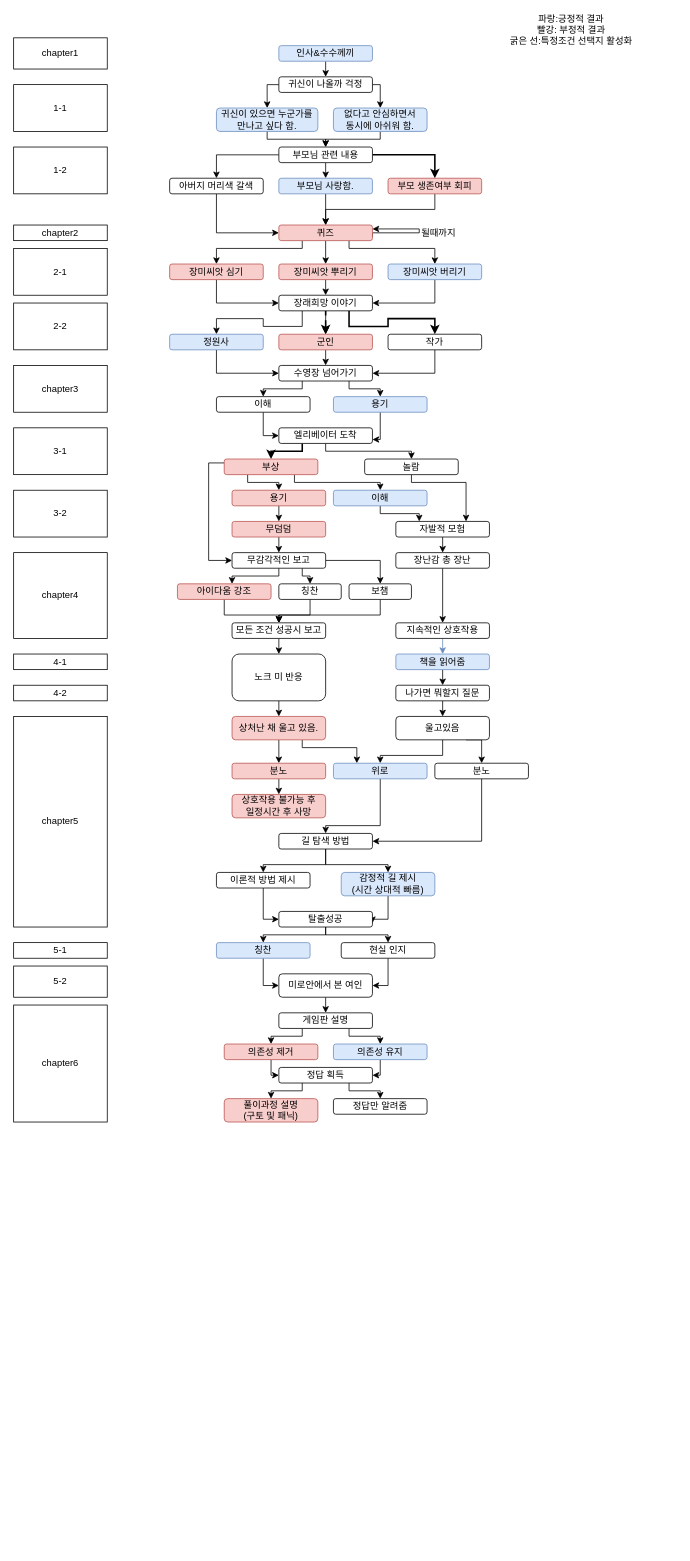
Before: interaction.drawio in KimSeal/gamemaker, a draw.io diagram. Source tidied: cells renumbered, new cells numbered last; positions are measured from the earlier drawing's top-left corner, leaving out a move shared by most shapes. Both pictures are drawn from the tidied source at 78%, with x=0, y=0 at pixel (13, 22).
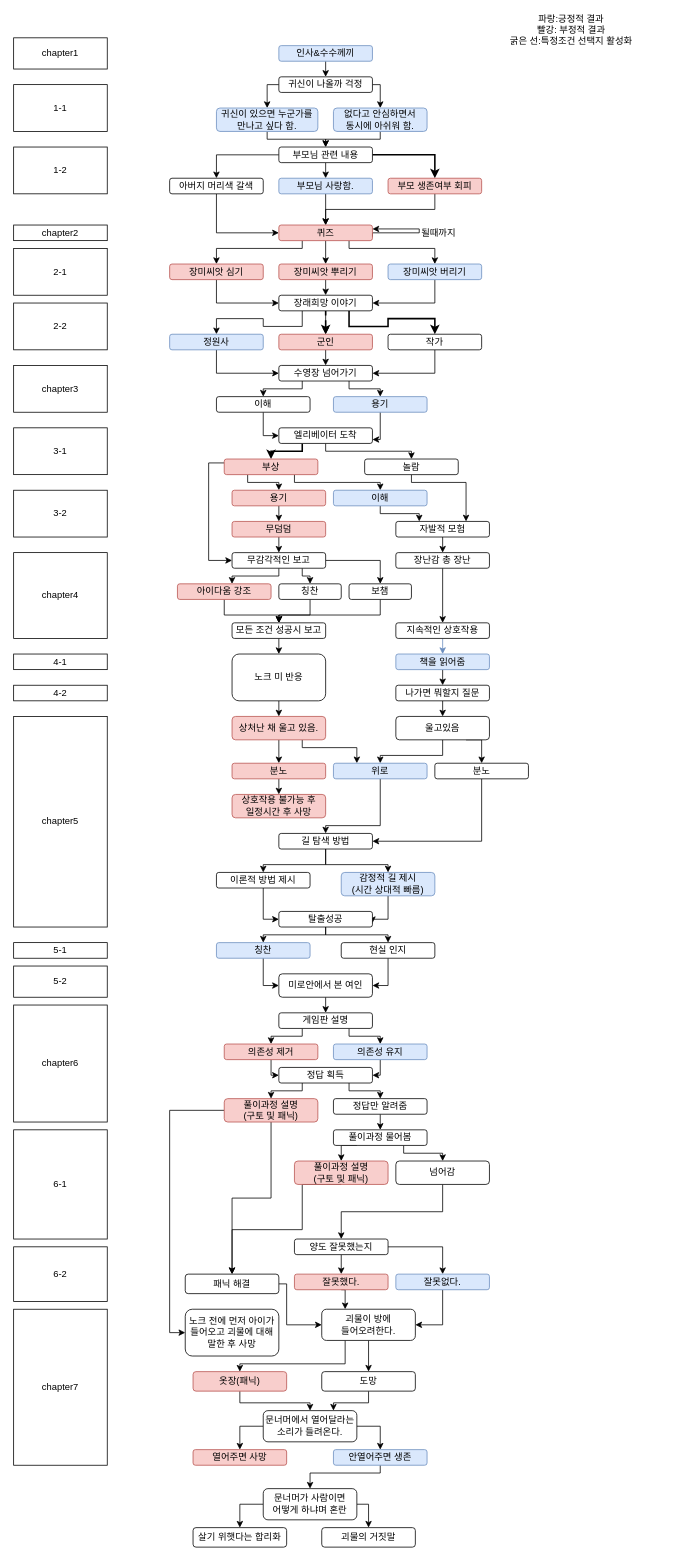
Above is the later version.

The change refers to these unchanged cells:
```xml
<mxCell id="145" value="풀이과정 설명&lt;br&gt;(구토 및 패닉)" style="rounded=1;whiteSpace=wrap;html=1;fillColor=#f8cecc;strokeColor=#b85450;" parent="1" vertex="1">
  <mxGeometry x="270" y="1380" width="120" height="30" as="geometry" />
</mxCell>
<mxCell id="146" value="정답만 알려줌" style="rounded=1;whiteSpace=wrap;html=1;" parent="1" vertex="1">
  <mxGeometry x="410" y="1380" width="120" height="20" as="geometry" />
</mxCell>
```

The edit, as a diff of the source:
```diff
@@
+    <mxCell id="148" style="edgeStyle=orthogonalEdgeStyle;rounded=0;jettySize=auto;html=1;exitX=0.5;exitY=1;exitDx=0;exitDy=0;entryX=0.5;entryY=0;entryDx=0;entryDy=0;strokeWidth=1;" parent="1" edge="1" source="145" target="152">
+      <mxGeometry relative="1" as="geometry" />
+    </mxCell>
+    <mxCell id="149" style="edgeStyle=orthogonalEdgeStyle;rounded=0;jettySize=auto;html=1;exitX=0;exitY=0.5;exitDx=0;exitDy=0;entryX=0;entryY=0.5;entryDx=0;entryDy=0;strokeWidth=1;" parent="1" edge="1" source="145" target="169">
+      <mxGeometry relative="1" as="geometry" />
+    </mxCell>
@@
+    <mxCell id="150" style="edgeStyle=orthogonalEdgeStyle;rounded=0;jettySize=auto;html=1;exitX=0.5;exitY=1;exitDx=0;exitDy=0;entryX=0.5;entryY=0;entryDx=0;entryDy=0;strokeWidth=1;" parent="1" edge="1" source="146" target="155">
+      <mxGeometry relative="1" as="geometry" />
+    </mxCell>
@@
+    <mxCell id="151" style="edgeStyle=orthogonalEdgeStyle;rounded=0;jettySize=auto;html=1;exitX=1;exitY=0.5;exitDx=0;exitDy=0;entryX=0;entryY=0.5;entryDx=0;entryDy=0;strokeWidth=1;" parent="1" edge="1" source="152" target="172">
+      <mxGeometry relative="1" as="geometry">
+        <Array as="points">
+          <mxPoint x="350" y="1618" />
+          <mxPoint x="350" y="1670" />
+        </Array>
+      </mxGeometry>
+    </mxCell>
+    <mxCell id="152" value="패닉 해결" style="rounded=1;whiteSpace=wrap;html=1;" parent="1" vertex="1">
+      <mxGeometry x="220" y="1605" width="120" height="25" as="geometry" />
+    </mxCell>
+    <mxCell id="153" style="edgeStyle=orthogonalEdgeStyle;rounded=0;jettySize=auto;html=1;exitX=0.25;exitY=1;exitDx=0;exitDy=0;entryX=0.5;entryY=0;entryDx=0;entryDy=0;strokeWidth=1;" parent="1" edge="1" source="155" target="157">
+      <mxGeometry relative="1" as="geometry" />
+    </mxCell>
+    <mxCell id="154" style="edgeStyle=orthogonalEdgeStyle;rounded=0;jettySize=auto;html=1;exitX=0.75;exitY=1;exitDx=0;exitDy=0;entryX=0.5;entryY=0;entryDx=0;entryDy=0;strokeWidth=1;" parent="1" edge="1" source="155" target="159">
+      <mxGeometry relative="1" as="geometry">
+        <Array as="points">
+          <mxPoint x="500" y="1450" />
+          <mxPoint x="550" y="1450" />
+        </Array>
+      </mxGeometry>
+    </mxCell>
+    <mxCell id="155" value="풀이과정 물어봄" style="rounded=1;whiteSpace=wrap;html=1;" parent="1" vertex="1">
+      <mxGeometry x="410" y="1420" width="120" height="20" as="geometry" />
+    </mxCell>
+    <mxCell id="156" style="edgeStyle=orthogonalEdgeStyle;rounded=0;jettySize=auto;html=1;exitX=0.5;exitY=1;exitDx=0;exitDy=0;entryX=0.5;entryY=0;entryDx=0;entryDy=0;strokeWidth=1;" parent="1" edge="1" source="157" target="152">
+      <mxGeometry relative="1" as="geometry">
+        <Array as="points">
+          <mxPoint x="370" y="1490" />
+          <mxPoint x="370" y="1548" />
+          <mxPoint x="280" y="1548" />
+        </Array>
+      </mxGeometry>
+    </mxCell>
+    <mxCell id="157" value="풀이과정 설명&lt;br&gt;(구토 및 패닉)" style="rounded=1;whiteSpace=wrap;html=1;fillColor=#f8cecc;strokeColor=#b85450;" parent="1" vertex="1">
+      <mxGeometry x="360" y="1460" width="120" height="30" as="geometry" />
+    </mxCell>
+    <mxCell id="158" style="edgeStyle=orthogonalEdgeStyle;rounded=0;jettySize=auto;html=1;exitX=0.5;exitY=1;exitDx=0;exitDy=0;entryX=0.5;entryY=0;entryDx=0;entryDy=0;strokeWidth=1;" parent="1" edge="1" source="159" target="164">
+      <mxGeometry relative="1" as="geometry" />
+    </mxCell>
+    <mxCell id="159" value="넘어감" style="rounded=1;whiteSpace=wrap;html=1;" parent="1" vertex="1">
+      <mxGeometry x="490" y="1460" width="120" height="30" as="geometry" />
+    </mxCell>
+    <mxCell id="160" value="6-1" style="rounded=0;whiteSpace=wrap;html=1;" parent="1" vertex="1">
+      <mxGeometry y="1420" width="120" height="140" as="geometry" />
+    </mxCell>
+    <mxCell id="161" value="6-2" style="rounded=0;whiteSpace=wrap;html=1;" parent="1" vertex="1">
+      <mxGeometry y="1570" width="120" height="70" as="geometry" />
+    </mxCell>
+    <mxCell id="162" style="edgeStyle=orthogonalEdgeStyle;rounded=0;jettySize=auto;html=1;exitX=0.5;exitY=1;exitDx=0;exitDy=0;entryX=0.5;entryY=0;entryDx=0;entryDy=0;strokeWidth=1;" parent="1" edge="1" source="164" target="166">
+      <mxGeometry relative="1" as="geometry" />
+    </mxCell>
+    <mxCell id="163" style="edgeStyle=orthogonalEdgeStyle;rounded=0;jettySize=auto;html=1;exitX=1;exitY=0.5;exitDx=0;exitDy=0;entryX=0.5;entryY=0;entryDx=0;entryDy=0;strokeWidth=1;" parent="1" edge="1" source="164" target="168">
+      <mxGeometry relative="1" as="geometry" />
+    </mxCell>
+    <mxCell id="164" value="양도 잘못했는지" style="rounded=1;whiteSpace=wrap;html=1;" parent="1" vertex="1">
+      <mxGeometry x="360" y="1560" width="120" height="20" as="geometry" />
+    </mxCell>
+    <mxCell id="165" style="edgeStyle=orthogonalEdgeStyle;rounded=0;jettySize=auto;html=1;exitX=0.5;exitY=1;exitDx=0;exitDy=0;entryX=0.25;entryY=0;entryDx=0;entryDy=0;strokeWidth=1;" parent="1" edge="1" source="166" target="172">
+      <mxGeometry relative="1" as="geometry" />
+    </mxCell>
+    <mxCell id="166" value="잘못했다." style="rounded=1;whiteSpace=wrap;html=1;fillColor=#f8cecc;strokeColor=#b85450;" parent="1" vertex="1">
+      <mxGeometry x="360" y="1605" width="120" height="20" as="geometry" />
+    </mxCell>
+    <mxCell id="167" style="edgeStyle=orthogonalEdgeStyle;rounded=0;jettySize=auto;html=1;exitX=0.5;exitY=1;exitDx=0;exitDy=0;entryX=1;entryY=0.5;entryDx=0;entryDy=0;strokeWidth=1;" parent="1" edge="1" source="168" target="172">
+      <mxGeometry relative="1" as="geometry" />
+    </mxCell>
+    <mxCell id="168" value="잘못없다." style="rounded=1;whiteSpace=wrap;html=1;fillColor=#dae8fc;strokeColor=#6c8ebf;" parent="1" vertex="1">
+      <mxGeometry x="490" y="1605" width="120" height="20" as="geometry" />
+    </mxCell>
+    <mxCell id="169" value="노크 전에 먼저 아이가 들어오고 괴물에 대해 말한 후 사망" style="rounded=1;whiteSpace=wrap;html=1;" parent="1" vertex="1">
+      <mxGeometry x="220" y="1650" width="120" height="60" as="geometry" />
+    </mxCell>
+    <mxCell id="170" style="edgeStyle=orthogonalEdgeStyle;rounded=0;jettySize=auto;html=1;exitX=0.25;exitY=1;exitDx=0;exitDy=0;entryX=0.5;entryY=0;entryDx=0;entryDy=0;strokeWidth=1;" parent="1" edge="1" source="172" target="174">
+      <mxGeometry relative="1" as="geometry">
+        <Array as="points">
+          <mxPoint x="425" y="1720" />
+          <mxPoint x="290" y="1720" />
+        </Array>
+      </mxGeometry>
+    </mxCell>
+    <mxCell id="171" style="edgeStyle=orthogonalEdgeStyle;rounded=0;jettySize=auto;html=1;exitX=0.5;exitY=1;exitDx=0;exitDy=0;entryX=0.5;entryY=0;entryDx=0;entryDy=0;strokeWidth=1;" parent="1" edge="1" source="172" target="176">
+      <mxGeometry relative="1" as="geometry" />
+    </mxCell>
+    <mxCell id="172" value="괴물이 방에 &lt;br&gt;들어오려한다." style="rounded=1;whiteSpace=wrap;html=1;" parent="1" vertex="1">
+      <mxGeometry x="395" y="1650" width="120" height="40" as="geometry" />
+    </mxCell>
+    <mxCell id="173" style="edgeStyle=orthogonalEdgeStyle;rounded=0;jettySize=auto;html=1;exitX=0.5;exitY=1;exitDx=0;exitDy=0;entryX=0.5;entryY=0;entryDx=0;entryDy=0;strokeWidth=1;" parent="1" edge="1" source="174" target="179">
+      <mxGeometry relative="1" as="geometry">
+        <Array as="points">
+          <mxPoint x="290" y="1770" />
+          <mxPoint x="380" y="1770" />
+        </Array>
+      </mxGeometry>
+    </mxCell>
+    <mxCell id="174" value="옷장(패닉)" style="rounded=1;whiteSpace=wrap;html=1;fillColor=#f8cecc;strokeColor=#b85450;" parent="1" vertex="1">
+      <mxGeometry x="230" y="1730" width="120" height="25" as="geometry" />
+    </mxCell>
+    <mxCell id="175" style="edgeStyle=orthogonalEdgeStyle;rounded=0;jettySize=auto;html=1;exitX=0.5;exitY=1;exitDx=0;exitDy=0;entryX=0.75;entryY=0;entryDx=0;entryDy=0;strokeWidth=1;" parent="1" edge="1" source="176" target="179">
+      <mxGeometry relative="1" as="geometry">
+        <Array as="points">
+          <mxPoint x="455" y="1770" />
+          <mxPoint x="410" y="1770" />
+        </Array>
+      </mxGeometry>
+    </mxCell>
+    <mxCell id="176" value="도망" style="rounded=1;whiteSpace=wrap;html=1;" parent="1" vertex="1">
+      <mxGeometry x="395" y="1730" width="120" height="25" as="geometry" />
+    </mxCell>
+    <mxCell id="177" style="edgeStyle=orthogonalEdgeStyle;rounded=0;jettySize=auto;html=1;exitX=0;exitY=0.5;exitDx=0;exitDy=0;entryX=0.5;entryY=0;entryDx=0;entryDy=0;strokeWidth=1;" parent="1" edge="1" source="179" target="180">
+      <mxGeometry relative="1" as="geometry" />
+    </mxCell>
+    <mxCell id="178" style="edgeStyle=orthogonalEdgeStyle;rounded=0;jettySize=auto;html=1;exitX=1;exitY=0.5;exitDx=0;exitDy=0;strokeWidth=1;" parent="1" edge="1" source="179" target="182">
+      <mxGeometry relative="1" as="geometry" />
+    </mxCell>
+    <mxCell id="179" value="문너머에서 열어달라는&lt;br&gt;소리가 들려온다." style="rounded=1;whiteSpace=wrap;html=1;" parent="1" vertex="1">
+      <mxGeometry x="320" y="1780" width="120" height="40" as="geometry" />
+    </mxCell>
+    <mxCell id="180" value="열어주면 사망" style="rounded=1;whiteSpace=wrap;html=1;fillColor=#f8cecc;strokeColor=#b85450;" parent="1" vertex="1">
+      <mxGeometry x="230" y="1830" width="120" height="20" as="geometry" />
+    </mxCell>
+    <mxCell id="181" style="edgeStyle=orthogonalEdgeStyle;rounded=0;jettySize=auto;html=1;exitX=0.5;exitY=1;exitDx=0;exitDy=0;strokeWidth=1;" parent="1" edge="1" source="182" target="186">
+      <mxGeometry relative="1" as="geometry">
+        <Array as="points">
+          <mxPoint x="470" y="1860" />
+          <mxPoint x="380" y="1860" />
+        </Array>
+      </mxGeometry>
+    </mxCell>
+    <mxCell id="182" value="안열어주면 생존" style="rounded=1;whiteSpace=wrap;html=1;fillColor=#dae8fc;strokeColor=#6c8ebf;" parent="1" vertex="1">
+      <mxGeometry x="410" y="1830" width="120" height="20" as="geometry" />
+    </mxCell>
+    <mxCell id="183" value="chapter7" style="rounded=0;whiteSpace=wrap;html=1;" parent="1" vertex="1">
+      <mxGeometry y="1650" width="120" height="200" as="geometry" />
+    </mxCell>
+    <mxCell id="184" style="edgeStyle=orthogonalEdgeStyle;rounded=0;jettySize=auto;html=1;exitX=0;exitY=0.5;exitDx=0;exitDy=0;strokeWidth=1;" parent="1" edge="1" source="186" target="187">
+      <mxGeometry relative="1" as="geometry" />
+    </mxCell>
+    <mxCell id="185" style="edgeStyle=orthogonalEdgeStyle;rounded=0;jettySize=auto;html=1;exitX=1;exitY=0.5;exitDx=0;exitDy=0;entryX=0.5;entryY=0;entryDx=0;entryDy=0;strokeWidth=1;" parent="1" edge="1" source="186" target="188">
+      <mxGeometry relative="1" as="geometry" />
+    </mxCell>
+    <mxCell id="186" value="문너머가 사람이면 &lt;br&gt;어떻게 하냐며 혼란" style="rounded=1;whiteSpace=wrap;html=1;" parent="1" vertex="1">
+      <mxGeometry x="320" y="1880" width="120" height="40" as="geometry" />
+    </mxCell>
+    <mxCell id="187" value="살기 위햇다는 합리화" style="rounded=1;whiteSpace=wrap;html=1;" parent="1" vertex="1">
+      <mxGeometry x="230" y="1930" width="120" height="25" as="geometry" />
+    </mxCell>
+    <mxCell id="188" value="괴물의 거짓말" style="rounded=1;whiteSpace=wrap;html=1;" parent="1" vertex="1">
+      <mxGeometry x="395" y="1930" width="120" height="25" as="geometry" />
+    </mxCell>
```
